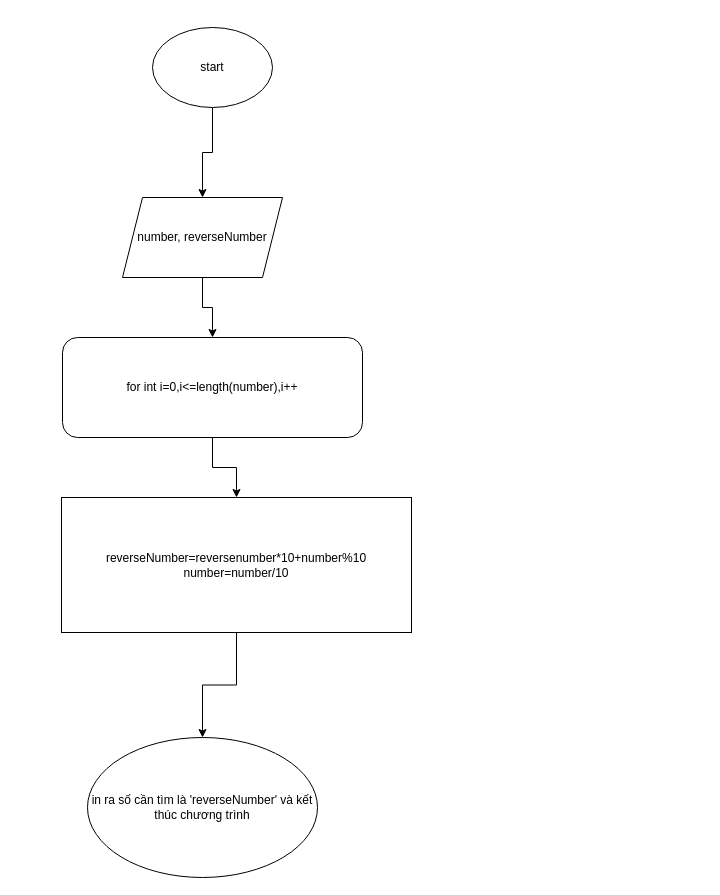
Above: SS1/ BT6.drawio in dungphamrk/C-SS1 (draw.io), before the change. Source tidied: cells renumbered, new cells numbered last; positions are measured from the earlier drawing's top-left corner, leaving out a move shared by most shapes. Both pictures are drawn from the tidied source at 100%, with x=0, y=0 at pixel (61, 27).
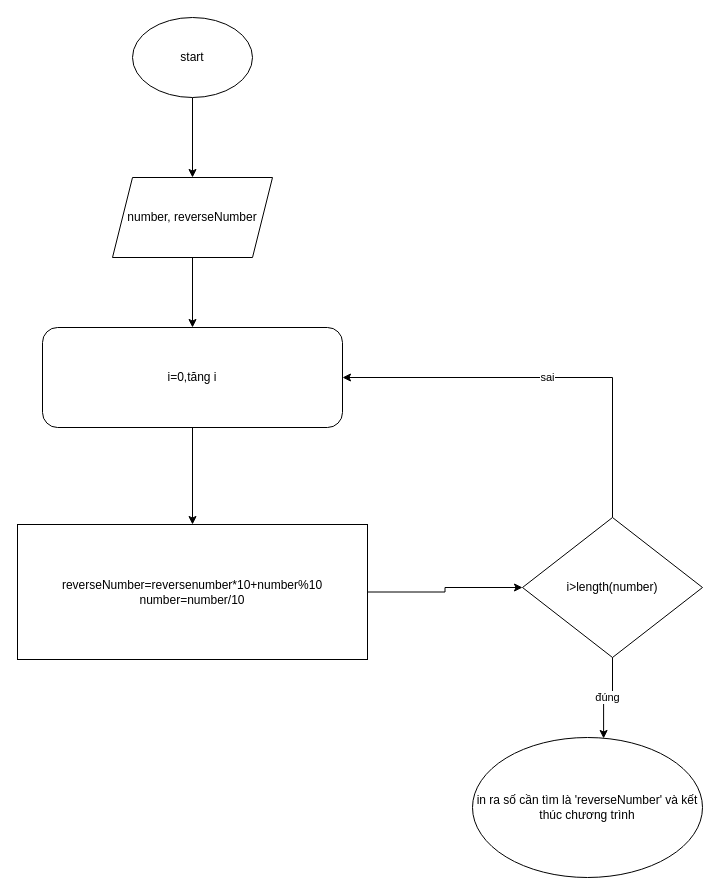
The same diagram, later.

Commit message:
Cập nhật  BT6.drawio

The edit, as a diff of the source:
```diff
@@
 <mxGraphModel>
   <root>
     <mxCell id="0" />
     <mxCell id="1" parent="0" />
     <mxCell id="2" style="edgeStyle=orthogonalEdgeStyle;rounded=0;jettySize=auto;html=1;entryX=0.5;entryY=0;entryDx=0;entryDy=0;" parent="1" edge="1" source="3" target="5">
       <mxGeometry relative="1" as="geometry" />
     </mxCell>
     <mxCell id="3" value="start" style="ellipse;whiteSpace=wrap;html=1;" parent="1" vertex="1">
-      <mxGeometry x="91" width="120" height="80" as="geometry" />
+      <mxGeometry x="71" y="-10" width="120" height="80" as="geometry" />
     </mxCell>
     <mxCell id="4" style="edgeStyle=orthogonalEdgeStyle;rounded=0;jettySize=auto;html=1;entryX=0.5;entryY=0;entryDx=0;entryDy=0;" parent="1" edge="1" source="5" target="7">
       <mxGeometry relative="1" as="geometry" />
     </mxCell>
     <mxCell id="5" value="number, reverseNumber" style="shape=parallelogram;perimeter=parallelogramPerimeter;whiteSpace=wrap;html=1;fixedSize=1;" parent="1" vertex="1">
-      <mxGeometry x="61" y="170" width="160" height="80" as="geometry" />
+      <mxGeometry x="51" y="150" width="160" height="80" as="geometry" />
     </mxCell>
     <mxCell id="6" style="edgeStyle=orthogonalEdgeStyle;rounded=0;jettySize=auto;html=1;entryX=0.5;entryY=0;entryDx=0;entryDy=0;" parent="1" edge="1" source="7" target="9">
       <mxGeometry relative="1" as="geometry" />
     </mxCell>
-    <mxCell id="7" value="for int i=0,i&amp;lt;=length(number),i++" style="rounded=1;whiteSpace=wrap;html=1;" parent="1" vertex="1">
-      <mxGeometry x="1" y="310" width="300" height="100" as="geometry" />
+    <mxCell id="7" value="i=0,tăng i" style="rounded=1;whiteSpace=wrap;html=1;" parent="1" vertex="1">
+      <mxGeometry x="-19" y="300" width="300" height="100" as="geometry" />
     </mxCell>
-    <mxCell id="8" style="edgeStyle=orthogonalEdgeStyle;rounded=0;jettySize=auto;html=1;entryX=0.5;entryY=0;entryDx=0;entryDy=0;" parent="1" edge="1" source="9" target="10">
-      <mxGeometry relative="1" as="geometry" />
-    </mxCell>
+    <mxCell id="11" style="edgeStyle=orthogonalEdgeStyle;rounded=0;jettySize=auto;html=1;entryX=0;entryY=0.5;entryDx=0;entryDy=0;" parent="1" edge="1" source="9" target="13">
+      <mxGeometry relative="1" as="geometry" />
+    </mxCell>
     <mxCell id="9" value="&lt;div&gt;reverseNumber=reversenumber*10+number%10&lt;/div&gt;&lt;div&gt;number=number/10&lt;br&gt;&lt;/div&gt;" style="rounded=0;whiteSpace=wrap;html=1;" parent="1" vertex="1">
-      <mxGeometry y="470" width="350" height="135" as="geometry" />
+      <mxGeometry x="-44" y="497" width="350" height="135" as="geometry" />
     </mxCell>
     <mxCell id="10" value="in ra số cần tìm là 'reverseNumber' và kết thúc chương trình" style="ellipse;whiteSpace=wrap;html=1;" parent="1" vertex="1">
-      <mxGeometry x="26" y="710" width="230" height="140" as="geometry" />
+      <mxGeometry x="411" y="710" width="230" height="140" as="geometry" />
     </mxCell>
+    <mxCell id="12" value="sai" style="edgeStyle=orthogonalEdgeStyle;rounded=0;jettySize=auto;html=1;entryX=1;entryY=0.5;entryDx=0;entryDy=0;" parent="1" edge="1" source="13" target="7">
+      <mxGeometry relative="1" as="geometry">
+        <Array as="points">
+          <mxPoint x="551" y="350" />
+        </Array>
+      </mxGeometry>
+    </mxCell>
+    <mxCell id="13" value="i&amp;gt;length(number)" style="rhombus;whiteSpace=wrap;html=1;" parent="1" vertex="1">
+      <mxGeometry x="461" y="490" width="180" height="140" as="geometry" />
+    </mxCell>
+    <mxCell id="14" value="đúng" style="edgeStyle=orthogonalEdgeStyle;rounded=0;jettySize=auto;html=1;entryX=0.57;entryY=0.007;entryDx=0;entryDy=0;entryPerimeter=0;" parent="1" edge="1" source="13" target="10">
+      <mxGeometry relative="1" as="geometry" />
+    </mxCell>
   </root>
 </mxGraphModel>
```
